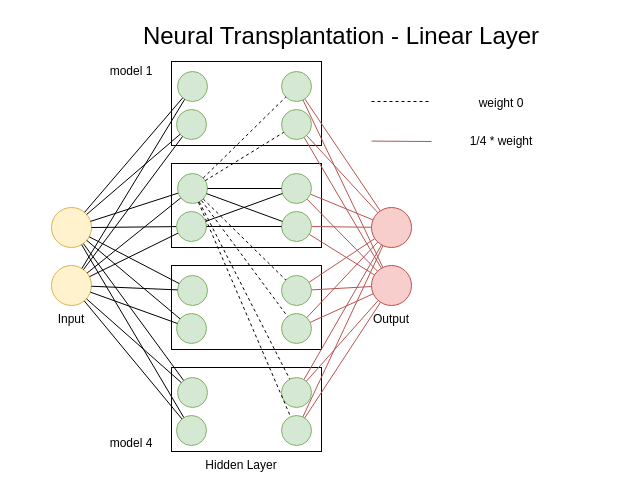
masterbaer/PSO_for_DPNN keeps this draw.io diagram as drawings/linear.drawio. Above is the earlier version. Source tidied: cells renumbered, new cells numbered last; positions are measured from the earlier drawing's top-left corner, leaving out a move shared by most shapes. Both pictures are drawn from the tidied source at 100%, with x=0, y=0 at pixel (21, 21).
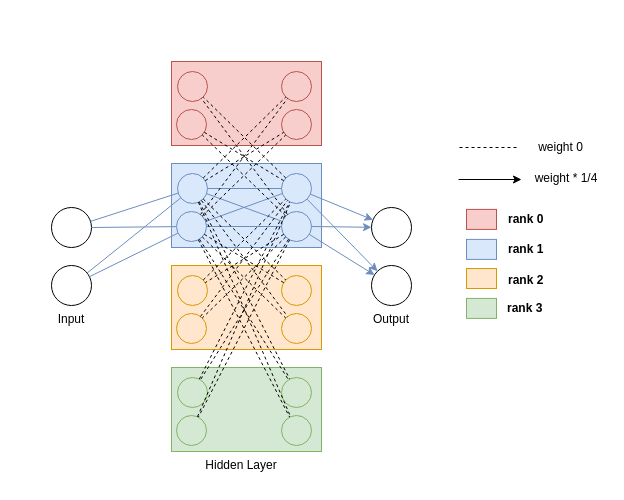
The same page after the edit.

Commit message (it also covers changes not shown here):
adapted drawings

The change refers to these unchanged cells:
```xml
<mxCell id="35" style="ellipse;whiteSpace=wrap;html=1;strokeColor=#82b366;fillColor=#d5e8d4;" parent="1" vertex="1">
  <mxGeometry x="156" y="356" width="30" height="30" as="geometry" />
</mxCell>
<mxCell id="36" style="ellipse;whiteSpace=wrap;html=1;strokeColor=#82b366;fillColor=#d5e8d4;" parent="1" vertex="1">
  <mxGeometry x="155" y="394" width="30" height="30" as="geometry" />
</mxCell>
<mxCell id="37" style="ellipse;whiteSpace=wrap;html=1;strokeColor=#82b366;fillColor=#d5e8d4;" parent="1" vertex="1">
  <mxGeometry x="260" y="356" width="30" height="30" as="geometry" />
</mxCell>
<mxCell id="38" style="ellipse;whiteSpace=wrap;html=1;strokeColor=#82b366;fillColor=#d5e8d4;" parent="1" vertex="1">
  <mxGeometry x="260" y="394" width="30" height="30" as="geometry" />
</mxCell>
```

Change to the diagram source:
```diff
@@
-    <mxCell id="2" style="rounded=0;whiteSpace=wrap;html=1;" parent="1" vertex="1">
+    <mxCell id="2" style="rounded=0;whiteSpace=wrap;html=1;fillColor=#f8cecc;strokeColor=#b85450;" parent="1" vertex="1">
       <mxGeometry x="150" y="40" width="150" height="84" as="geometry" />
     </mxCell>
-    <mxCell id="3" style="rounded=0;whiteSpace=wrap;html=1;" parent="1" vertex="1">
+    <mxCell id="3" style="rounded=0;whiteSpace=wrap;html=1;fillColor=#dae8fc;strokeColor=#6c8ebf;" parent="1" vertex="1">
       <mxGeometry x="150" y="142" width="150" height="84" as="geometry" />
     </mxCell>
-    <mxCell id="4" value="&lt;font style=&quot;font-size: 24px;&quot;&gt;Neural Transplantation - Linear Layer&lt;/font&gt;" style="text;html=1;strokeColor=none;fillColor=none;align=center;verticalAlign=middle;whiteSpace=wrap;rounded=0;shadow=1;strokeWidth=1.5;" parent="1" vertex="1">
-      <mxGeometry x="60" width="520" height="30" as="geometry" />
-    </mxCell>
-    <mxCell id="5" style="ellipse;whiteSpace=wrap;html=1;strokeColor=#d6b656;fillColor=#fff2cc;" parent="1" vertex="1">
+    <mxCell id="5" style="ellipse;whiteSpace=wrap;html=1;" parent="1" vertex="1">
       <mxGeometry x="30" y="244" width="40" height="40" as="geometry" />
     </mxCell>
-    <mxCell id="6" style="ellipse;whiteSpace=wrap;html=1;strokeColor=#d6b656;fillColor=#fff2cc;" parent="1" vertex="1">
+    <mxCell id="6" style="ellipse;whiteSpace=wrap;html=1;" parent="1" vertex="1">
       <mxGeometry x="30" y="186" width="40" height="40" as="geometry" />
     </mxCell>
-    <mxCell id="7" style="ellipse;whiteSpace=wrap;html=1;strokeColor=#B85450;fillColor=#f8cecc;" parent="1" vertex="1">
+    <mxCell id="7" style="ellipse;whiteSpace=wrap;html=1;" parent="1" vertex="1">
       <mxGeometry x="350" y="186" width="40" height="40" as="geometry" />
     </mxCell>
-    <mxCell id="8" style="ellipse;whiteSpace=wrap;html=1;strokeColor=#b85450;fillColor=#f8cecc;" parent="1" vertex="1">
+    <mxCell id="8" style="ellipse;whiteSpace=wrap;html=1;" parent="1" vertex="1">
       <mxGeometry x="350" y="244" width="40" height="40" as="geometry" />
     </mxCell>
-    <mxCell id="9" style="endArrow=none;html=1;rounded=0;" parent="1" edge="1" source="6" target="25">
+    <mxCell id="9" style="endArrow=none;html=1;rounded=0;fillColor=#dae8fc;strokeColor=#6c8ebf;" parent="1" edge="1" source="6" target="25">
       <mxGeometry relative="1" as="geometry" />
     </mxCell>
-    <mxCell id="10" style="endArrow=none;html=1;rounded=0;" parent="1" edge="1" source="6" target="26">
+    <mxCell id="10" style="endArrow=none;html=1;rounded=0;fillColor=#dae8fc;strokeColor=#6c8ebf;" parent="1" edge="1" source="6" target="26">
       <mxGeometry relative="1" as="geometry" />
     </mxCell>
-    <mxCell id="11" style="endArrow=none;html=1;rounded=0;" parent="1" edge="1" source="5" target="25">
+    <mxCell id="11" style="endArrow=none;html=1;rounded=0;fillColor=#dae8fc;strokeColor=#6c8ebf;" parent="1" edge="1" source="5" target="25">
       <mxGeometry relative="1" as="geometry" />
     </mxCell>
-    <mxCell id="12" style="endArrow=none;html=1;rounded=0;" parent="1" edge="1" source="5" target="26">
+    <mxCell id="12" style="endArrow=none;html=1;rounded=0;fillColor=#dae8fc;strokeColor=#6c8ebf;" parent="1" edge="1" source="5" target="26">
       <mxGeometry relative="1" as="geometry" />
     </mxCell>
-    <mxCell id="13" style="endArrow=none;html=1;rounded=0;fillColor=#f8cecc;strokeColor=#B85450;" parent="1" edge="1" source="27" target="7">
-      <mxGeometry relative="1" as="geometry" />
-    </mxCell>
-    <mxCell id="14" style="endArrow=none;html=1;rounded=0;fillColor=#f8cecc;strokeColor=#b85450;" parent="1" edge="1" source="27" target="8">
-      <mxGeometry relative="1" as="geometry" />
-    </mxCell>
-    <mxCell id="15" style="endArrow=none;html=1;rounded=0;fillColor=#f8cecc;strokeColor=#b85450;" parent="1" edge="1" source="28" target="8">
-      <mxGeometry relative="1" as="geometry" />
-    </mxCell>
-    <mxCell id="16" style="endArrow=none;html=1;rounded=0;fillColor=#f8cecc;strokeColor=#b85450;" parent="1" edge="1" source="28" target="7">
-      <mxGeometry relative="1" as="geometry" />
-    </mxCell>
-    <mxCell id="17" style="endArrow=none;html=1;rounded=0;fillColor=#f8cecc;strokeColor=#b85450;" parent="1" edge="1">
-      <mxGeometry relative="1" as="geometry">
-        <mxPoint x="350" y="119.6" as="sourcePoint" />
-        <mxPoint x="410" y="120" as="targetPoint" />
-      </mxGeometry>
-    </mxCell>
     <mxCell id="18" value="weight 0" style="text;html=1;strokeColor=none;fillColor=none;align=center;verticalAlign=middle;whiteSpace=wrap;rounded=0;shadow=1;strokeWidth=1.5;" parent="1" vertex="1">
-      <mxGeometry x="400" y="72" width="160" height="20" as="geometry" />
+      <mxGeometry x="510" y="116" width="59" height="20" as="geometry" />
     </mxCell>
-    <mxCell id="19" value="1/4 * weight" style="text;html=1;strokeColor=none;fillColor=none;align=center;verticalAlign=middle;whiteSpace=wrap;rounded=0;shadow=1;strokeWidth=1.5;" parent="1" vertex="1">
-      <mxGeometry x="410" y="110" width="140" height="20" as="geometry" />
-    </mxCell>
@@
-    <mxCell id="23" value="model 1" style="text;html=1;strokeColor=none;fillColor=none;align=center;verticalAlign=middle;whiteSpace=wrap;rounded=0;shadow=1;strokeWidth=1.5;" parent="1" vertex="1">
-      <mxGeometry x="60" y="40" width="100" height="20" as="geometry" />
-    </mxCell>
-    <mxCell id="24" value="model 4" style="text;html=1;strokeColor=none;fillColor=none;align=center;verticalAlign=middle;whiteSpace=wrap;rounded=0;shadow=1;strokeWidth=1.5;" parent="1" vertex="1">
-      <mxGeometry x="60" y="412" width="100" height="20" as="geometry" />
-    </mxCell>
-    <mxCell id="25" style="ellipse;whiteSpace=wrap;html=1;strokeColor=#82b366;fillColor=#d5e8d4;" parent="1" vertex="1">
+    <mxCell id="25" style="ellipse;whiteSpace=wrap;html=1;strokeColor=#6c8ebf;fillColor=#dae8fc;" parent="1" vertex="1">
       <mxGeometry x="156" y="152" width="30" height="30" as="geometry" />
     </mxCell>
-    <mxCell id="26" style="ellipse;whiteSpace=wrap;html=1;strokeColor=#82b366;fillColor=#d5e8d4;" parent="1" vertex="1">
+    <mxCell id="26" style="ellipse;whiteSpace=wrap;html=1;strokeColor=#6c8ebf;fillColor=#dae8fc;" parent="1" vertex="1">
       <mxGeometry x="155" y="190" width="30" height="30" as="geometry" />
     </mxCell>
-    <mxCell id="27" style="ellipse;whiteSpace=wrap;html=1;strokeColor=#82b366;fillColor=#d5e8d4;" parent="1" vertex="1">
+    <mxCell id="27" style="ellipse;whiteSpace=wrap;html=1;strokeColor=#6c8ebf;fillColor=#dae8fc;" parent="1" vertex="1">
       <mxGeometry x="260" y="152" width="30" height="30" as="geometry" />
     </mxCell>
-    <mxCell id="28" style="ellipse;whiteSpace=wrap;html=1;strokeColor=#82b366;fillColor=#d5e8d4;" parent="1" vertex="1">
+    <mxCell id="28" style="ellipse;whiteSpace=wrap;html=1;strokeColor=#6c8ebf;fillColor=#dae8fc;" parent="1" vertex="1">
       <mxGeometry x="260" y="190" width="30" height="30" as="geometry" />
     </mxCell>
-    <mxCell id="29" style="rounded=0;whiteSpace=wrap;html=1;" parent="1" vertex="1">
+    <mxCell id="29" style="rounded=0;whiteSpace=wrap;html=1;fillColor=#ffe6cc;strokeColor=#d79b00;" parent="1" vertex="1">
       <mxGeometry x="150" y="244" width="150" height="84" as="geometry" />
     </mxCell>
-    <mxCell id="30" style="ellipse;whiteSpace=wrap;html=1;strokeColor=#82b366;fillColor=#d5e8d4;" parent="1" vertex="1">
+    <mxCell id="30" style="ellipse;whiteSpace=wrap;html=1;strokeColor=#d79b00;fillColor=#ffe6cc;" parent="1" vertex="1">
       <mxGeometry x="156" y="254" width="30" height="30" as="geometry" />
     </mxCell>
-    <mxCell id="31" style="ellipse;whiteSpace=wrap;html=1;strokeColor=#82b366;fillColor=#d5e8d4;" parent="1" vertex="1">
+    <mxCell id="31" style="ellipse;whiteSpace=wrap;html=1;strokeColor=#d79b00;fillColor=#ffe6cc;" parent="1" vertex="1">
       <mxGeometry x="155" y="292" width="30" height="30" as="geometry" />
     </mxCell>
-    <mxCell id="32" style="ellipse;whiteSpace=wrap;html=1;strokeColor=#82b366;fillColor=#d5e8d4;" parent="1" vertex="1">
+    <mxCell id="32" style="ellipse;whiteSpace=wrap;html=1;strokeColor=#d79b00;fillColor=#ffe6cc;" parent="1" vertex="1">
       <mxGeometry x="260" y="254" width="30" height="30" as="geometry" />
     </mxCell>
-    <mxCell id="33" style="ellipse;whiteSpace=wrap;html=1;strokeColor=#82b366;fillColor=#d5e8d4;" parent="1" vertex="1">
+    <mxCell id="33" style="ellipse;whiteSpace=wrap;html=1;strokeColor=#d79b00;fillColor=#ffe6cc;" parent="1" vertex="1">
       <mxGeometry x="260" y="292" width="30" height="30" as="geometry" />
     </mxCell>
-    <mxCell id="34" style="rounded=0;whiteSpace=wrap;html=1;" parent="1" vertex="1">
+    <mxCell id="34" style="rounded=0;whiteSpace=wrap;html=1;fillColor=#d5e8d4;strokeColor=#82b366;" parent="1" vertex="1">
       <mxGeometry x="150" y="346" width="150" height="84" as="geometry" />
     </mxCell>
@@
-    <mxCell id="39" style="endArrow=none;html=1;rounded=0;" parent="1" edge="1" source="27" target="25">
+    <mxCell id="39" style="endArrow=none;html=1;rounded=0;fillColor=#dae8fc;strokeColor=#6c8ebf;" parent="1" edge="1" source="27" target="25">
       <mxGeometry relative="1" as="geometry" />
     </mxCell>
-    <mxCell id="40" style="endArrow=none;html=1;rounded=0;" parent="1" edge="1" source="28" target="25">
+    <mxCell id="40" style="endArrow=none;html=1;rounded=0;fillColor=#dae8fc;strokeColor=#6c8ebf;" parent="1" edge="1" source="28" target="25">
       <mxGeometry relative="1" as="geometry" />
     </mxCell>
-    <mxCell id="41" style="endArrow=none;html=1;rounded=0;" parent="1" edge="1" source="27" target="26">
+    <mxCell id="41" style="endArrow=none;html=1;rounded=0;fillColor=#dae8fc;strokeColor=#6c8ebf;" parent="1" edge="1" source="27" target="26">
       <mxGeometry relative="1" as="geometry" />
     </mxCell>
-    <mxCell id="42" style="endArrow=none;html=1;rounded=0;" parent="1" edge="1" source="28" target="26">
+    <mxCell id="42" style="endArrow=none;html=1;rounded=0;fillColor=#dae8fc;strokeColor=#6c8ebf;" parent="1" edge="1" source="28" target="26">
       <mxGeometry relative="1" as="geometry" />
     </mxCell>
     <mxCell id="43" style="endArrow=none;dashed=1;html=1;rounded=0;" parent="1" edge="1">
       <mxGeometry relative="1" as="geometry">
-        <mxPoint x="350" y="80" as="sourcePoint" />
-        <mxPoint x="410" y="80" as="targetPoint" />
+        <mxPoint x="438" y="126" as="sourcePoint" />
+        <mxPoint x="498" y="126" as="targetPoint" />
       </mxGeometry>
     </mxCell>
-    <mxCell id="44" style="ellipse;whiteSpace=wrap;html=1;strokeColor=#82b366;fillColor=#d5e8d4;" parent="1" vertex="1">
+    <mxCell id="44" style="ellipse;whiteSpace=wrap;html=1;strokeColor=#b85450;fillColor=#f8cecc;" parent="1" vertex="1">
       <mxGeometry x="156" y="50" width="30" height="30" as="geometry" />
     </mxCell>
-    <mxCell id="45" style="ellipse;whiteSpace=wrap;html=1;strokeColor=#82b366;fillColor=#d5e8d4;" parent="1" vertex="1">
+    <mxCell id="45" style="ellipse;whiteSpace=wrap;html=1;strokeColor=#b85450;fillColor=#f8cecc;" parent="1" vertex="1">
       <mxGeometry x="260" y="50" width="30" height="30" as="geometry" />
     </mxCell>
-    <mxCell id="46" style="ellipse;whiteSpace=wrap;html=1;strokeColor=#82b366;fillColor=#d5e8d4;" parent="1" vertex="1">
+    <mxCell id="46" style="ellipse;whiteSpace=wrap;html=1;strokeColor=#b85450;fillColor=#f8cecc;" parent="1" vertex="1">
       <mxGeometry x="155" y="88" width="30" height="30" as="geometry" />
     </mxCell>
-    <mxCell id="47" style="ellipse;whiteSpace=wrap;html=1;strokeColor=#82b366;fillColor=#d5e8d4;" parent="1" vertex="1">
+    <mxCell id="47" style="ellipse;whiteSpace=wrap;html=1;strokeColor=#b85450;fillColor=#f8cecc;" parent="1" vertex="1">
       <mxGeometry x="260" y="88" width="30" height="30" as="geometry" />
     </mxCell>
@@
-    <mxCell id="54" style="endArrow=none;html=1;rounded=0;fillColor=#f8cecc;strokeColor=#b85450;" parent="1" edge="1" source="47" target="7">
-      <mxGeometry relative="1" as="geometry" />
-    </mxCell>
-    <mxCell id="55" style="endArrow=none;html=1;rounded=0;fillColor=#f8cecc;strokeColor=#b85450;" parent="1" edge="1" source="47" target="8">
-      <mxGeometry relative="1" as="geometry" />
-    </mxCell>
-    <mxCell id="56" style="endArrow=none;html=1;rounded=0;fillColor=#f8cecc;strokeColor=#b85450;" parent="1" edge="1" source="45" target="8">
-      <mxGeometry relative="1" as="geometry" />
-    </mxCell>
-    <mxCell id="57" style="endArrow=none;html=1;rounded=0;fillColor=#f8cecc;strokeColor=#b85450;" parent="1" edge="1" source="45" target="7">
-      <mxGeometry relative="1" as="geometry" />
-    </mxCell>
-    <mxCell id="58" style="endArrow=none;html=1;rounded=0;fillColor=#f8cecc;strokeColor=#b85450;" parent="1" edge="1" source="32" target="7">
-      <mxGeometry relative="1" as="geometry" />
-    </mxCell>
-    <mxCell id="59" style="endArrow=none;html=1;rounded=0;fillColor=#f8cecc;strokeColor=#b85450;" parent="1" edge="1" source="33" target="7">
-      <mxGeometry relative="1" as="geometry" />
-    </mxCell>
-    <mxCell id="60" style="endArrow=none;html=1;rounded=0;fillColor=#f8cecc;strokeColor=#b85450;" parent="1" edge="1" source="32" target="8">
-      <mxGeometry relative="1" as="geometry" />
-    </mxCell>
-    <mxCell id="61" style="endArrow=none;html=1;rounded=0;fillColor=#f8cecc;strokeColor=#b85450;" parent="1" edge="1" source="33" target="8">
-      <mxGeometry relative="1" as="geometry" />
-    </mxCell>
-    <mxCell id="62" style="endArrow=none;html=1;rounded=0;fillColor=#f8cecc;strokeColor=#b85450;" parent="1" edge="1" source="37" target="7">
-      <mxGeometry relative="1" as="geometry" />
-    </mxCell>
-    <mxCell id="63" style="endArrow=none;html=1;rounded=0;fillColor=#f8cecc;strokeColor=#b85450;" parent="1" edge="1" source="38" target="7">
-      <mxGeometry relative="1" as="geometry" />
-    </mxCell>
-    <mxCell id="64" style="endArrow=none;html=1;rounded=0;fillColor=#f8cecc;strokeColor=#b85450;" parent="1" edge="1" source="37" target="8">
-      <mxGeometry relative="1" as="geometry" />
-    </mxCell>
-    <mxCell id="65" style="endArrow=none;html=1;rounded=0;fillColor=#f8cecc;strokeColor=#b85450;" parent="1" edge="1" source="38" target="8">
-      <mxGeometry relative="1" as="geometry" />
-    </mxCell>
-    <mxCell id="66" style="endArrow=none;html=1;rounded=0;" parent="1" edge="1" source="5" target="30">
-      <mxGeometry relative="1" as="geometry" />
-    </mxCell>
-    <mxCell id="67" style="endArrow=none;html=1;rounded=0;" parent="1" edge="1" source="5" target="31">
-      <mxGeometry relative="1" as="geometry" />
-    </mxCell>
-    <mxCell id="68" style="endArrow=none;html=1;rounded=0;" parent="1" edge="1" source="6" target="30">
-      <mxGeometry relative="1" as="geometry" />
-    </mxCell>
-    <mxCell id="69" style="endArrow=none;html=1;rounded=0;" parent="1" edge="1" source="6" target="31">
-      <mxGeometry relative="1" as="geometry" />
-    </mxCell>
-    <mxCell id="70" style="endArrow=none;html=1;rounded=0;" parent="1" edge="1" source="6" target="35">
-      <mxGeometry relative="1" as="geometry" />
-    </mxCell>
-    <mxCell id="71" style="endArrow=none;html=1;rounded=0;" parent="1" edge="1" source="6" target="36">
-      <mxGeometry relative="1" as="geometry" />
-    </mxCell>
-    <mxCell id="72" style="endArrow=none;html=1;rounded=0;" parent="1" edge="1" source="5" target="35">
-      <mxGeometry relative="1" as="geometry" />
-    </mxCell>
-    <mxCell id="73" style="endArrow=none;html=1;rounded=0;" parent="1" edge="1" source="5" target="36">
-      <mxGeometry relative="1" as="geometry" />
-    </mxCell>
-    <mxCell id="74" style="endArrow=none;html=1;rounded=0;" parent="1" edge="1" source="6" target="46">
-      <mxGeometry relative="1" as="geometry" />
-    </mxCell>
-    <mxCell id="75" style="endArrow=none;html=1;rounded=0;" parent="1" edge="1" source="6" target="44">
-      <mxGeometry relative="1" as="geometry" />
-    </mxCell>
-    <mxCell id="76" style="endArrow=none;html=1;rounded=0;" parent="1" edge="1" source="5" target="46">
-      <mxGeometry relative="1" as="geometry" />
-    </mxCell>
-    <mxCell id="77" style="endArrow=none;html=1;rounded=0;" parent="1" edge="1" source="5" target="44">
-      <mxGeometry relative="1" as="geometry" />
-    </mxCell>
+    <mxCell id="78" value="rank 0" style="text;html=1;strokeColor=none;fillColor=none;align=left;verticalAlign=middle;whiteSpace=wrap;rounded=0;fontStyle=1;" parent="1" vertex="1">
+      <mxGeometry x="485" y="186" width="56" height="23.9" as="geometry" />
+    </mxCell>
+    <mxCell id="79" value="rank 1&amp;nbsp;" style="text;html=1;strokeColor=none;fillColor=none;align=left;verticalAlign=middle;whiteSpace=wrap;rounded=0;fontStyle=1;" parent="1" vertex="1">
+      <mxGeometry x="485" y="216" width="56" height="23.9" as="geometry" />
+    </mxCell>
+    <mxCell id="80" value="rank 2" style="text;html=1;strokeColor=none;fillColor=none;align=left;verticalAlign=middle;whiteSpace=wrap;rounded=0;fontStyle=1;" parent="1" vertex="1">
+      <mxGeometry x="485" y="247.1" width="56" height="23.9" as="geometry" />
+    </mxCell>
+    <mxCell id="81" value="rank 3" style="text;html=1;strokeColor=none;fillColor=none;align=left;verticalAlign=middle;whiteSpace=wrap;rounded=0;fontStyle=1;" parent="1" vertex="1">
+      <mxGeometry x="484" y="275.1" width="57" height="23.9" as="geometry" />
+    </mxCell>
+    <mxCell id="82" style="rounded=0;whiteSpace=wrap;html=1;fillColor=#f8cecc;strokeColor=#b85450;" parent="1" vertex="1">
+      <mxGeometry x="445" y="187.9" width="30" height="20" as="geometry" />
+    </mxCell>
+    <mxCell id="83" style="rounded=0;whiteSpace=wrap;html=1;fillColor=#dae8fc;strokeColor=#6c8ebf;" parent="1" vertex="1">
+      <mxGeometry x="445" y="217.9" width="30" height="20" as="geometry" />
+    </mxCell>
+    <mxCell id="84" style="rounded=0;whiteSpace=wrap;html=1;fillColor=#ffe6cc;strokeColor=#d79b00;" parent="1" vertex="1">
+      <mxGeometry x="445" y="247" width="30" height="20" as="geometry" />
+    </mxCell>
+    <mxCell id="85" style="rounded=0;whiteSpace=wrap;html=1;fillColor=#d5e8d4;strokeColor=#82b366;" parent="1" vertex="1">
+      <mxGeometry x="445" y="276.9" width="30" height="20" as="geometry" />
+    </mxCell>
+    <mxCell id="86" style="endArrow=none;dashed=1;html=1;rounded=0;" parent="1" edge="1" source="27" target="44">
+      <mxGeometry relative="1" as="geometry" />
+    </mxCell>
+    <mxCell id="87" style="endArrow=none;dashed=1;html=1;rounded=0;" parent="1" edge="1" source="27" target="46">
+      <mxGeometry relative="1" as="geometry" />
+    </mxCell>
+    <mxCell id="88" style="endArrow=none;dashed=1;html=1;rounded=0;" parent="1" edge="1" source="30" target="27">
+      <mxGeometry relative="1" as="geometry" />
+    </mxCell>
+    <mxCell id="89" style="endArrow=none;dashed=1;html=1;rounded=0;" parent="1" edge="1" source="31" target="27">
+      <mxGeometry relative="1" as="geometry" />
+    </mxCell>
+    <mxCell id="90" style="endArrow=none;dashed=1;html=1;rounded=0;" parent="1" edge="1" source="35" target="27">
+      <mxGeometry relative="1" as="geometry" />
+    </mxCell>
+    <mxCell id="91" style="endArrow=none;dashed=1;html=1;rounded=0;" parent="1" edge="1" source="36" target="27">
+      <mxGeometry relative="1" as="geometry" />
+    </mxCell>
+    <mxCell id="13" style="endArrow=classic;html=1;rounded=0;fillColor=#dae8fc;strokeColor=#6c8ebf;" parent="1" edge="1" source="27" target="7">
+      <mxGeometry relative="1" as="geometry" />
+    </mxCell>
+    <mxCell id="14" style="endArrow=classic;html=1;rounded=0;fillColor=#dae8fc;strokeColor=#6c8ebf;" parent="1" edge="1" source="27" target="8">
+      <mxGeometry relative="1" as="geometry" />
+    </mxCell>
+    <mxCell id="16" style="endArrow=classic;html=1;rounded=0;fillColor=#dae8fc;strokeColor=#6c8ebf;" parent="1" edge="1" source="28" target="7">
+      <mxGeometry relative="1" as="geometry" />
+    </mxCell>
+    <mxCell id="15" style="endArrow=classic;html=1;rounded=0;fillColor=#dae8fc;strokeColor=#6c8ebf;" parent="1" edge="1" source="28" target="8">
+      <mxGeometry relative="1" as="geometry" />
+    </mxCell>
+    <mxCell id="92" style="endArrow=none;dashed=1;html=1;rounded=0;" parent="1" edge="1" source="26" target="47">
+      <mxGeometry relative="1" as="geometry" />
+    </mxCell>
+    <mxCell id="93" style="endArrow=none;dashed=1;html=1;rounded=0;" parent="1" edge="1" source="26" target="45">
+      <mxGeometry relative="1" as="geometry" />
+    </mxCell>
+    <mxCell id="94" style="endArrow=none;dashed=1;html=1;rounded=0;" parent="1" edge="1" source="26" target="32">
+      <mxGeometry relative="1" as="geometry" />
+    </mxCell>
+    <mxCell id="95" style="endArrow=none;dashed=1;html=1;rounded=0;" parent="1" edge="1" source="26" target="33">
+      <mxGeometry relative="1" as="geometry" />
+    </mxCell>
+    <mxCell id="96" style="endArrow=none;dashed=1;html=1;rounded=0;" parent="1" edge="1" source="26" target="37">
+      <mxGeometry relative="1" as="geometry" />
+    </mxCell>
+    <mxCell id="97" style="endArrow=none;dashed=1;html=1;rounded=0;" parent="1" edge="1" source="26" target="38">
+      <mxGeometry relative="1" as="geometry" />
+    </mxCell>
+    <mxCell id="98" style="endArrow=none;dashed=1;html=1;rounded=0;" parent="1" edge="1" source="28" target="44">
+      <mxGeometry relative="1" as="geometry" />
+    </mxCell>
+    <mxCell id="99" style="endArrow=none;dashed=1;html=1;rounded=0;" parent="1" edge="1" source="28" target="46">
+      <mxGeometry relative="1" as="geometry" />
+    </mxCell>
+    <mxCell id="100" style="endArrow=none;dashed=1;html=1;rounded=0;" parent="1" edge="1" source="28" target="30">
+      <mxGeometry relative="1" as="geometry" />
+    </mxCell>
+    <mxCell id="101" style="endArrow=none;dashed=1;html=1;rounded=0;" parent="1" edge="1" source="28" target="31">
+      <mxGeometry relative="1" as="geometry" />
+    </mxCell>
+    <mxCell id="102" style="endArrow=none;dashed=1;html=1;rounded=0;" parent="1" edge="1" source="28" target="35">
+      <mxGeometry relative="1" as="geometry" />
+    </mxCell>
+    <mxCell id="103" style="endArrow=none;dashed=1;html=1;rounded=0;" parent="1" edge="1" source="28" target="36">
+      <mxGeometry relative="1" as="geometry" />
+    </mxCell>
+    <mxCell id="104" style="endArrow=classic;html=1;rounded=0;" parent="1" edge="1">
+      <mxGeometry relative="1" as="geometry">
+        <mxPoint x="437" y="158" as="sourcePoint" />
+        <mxPoint x="500" y="158" as="targetPoint" />
+      </mxGeometry>
+    </mxCell>
+    <mxCell id="105" value="weight * 1/4" style="text;html=1;strokeColor=none;fillColor=none;align=center;verticalAlign=middle;whiteSpace=wrap;rounded=0;shadow=1;strokeWidth=1.5;" parent="1" vertex="1">
+      <mxGeometry x="510" y="147" width="70" height="20" as="geometry" />
+    </mxCell>
```
